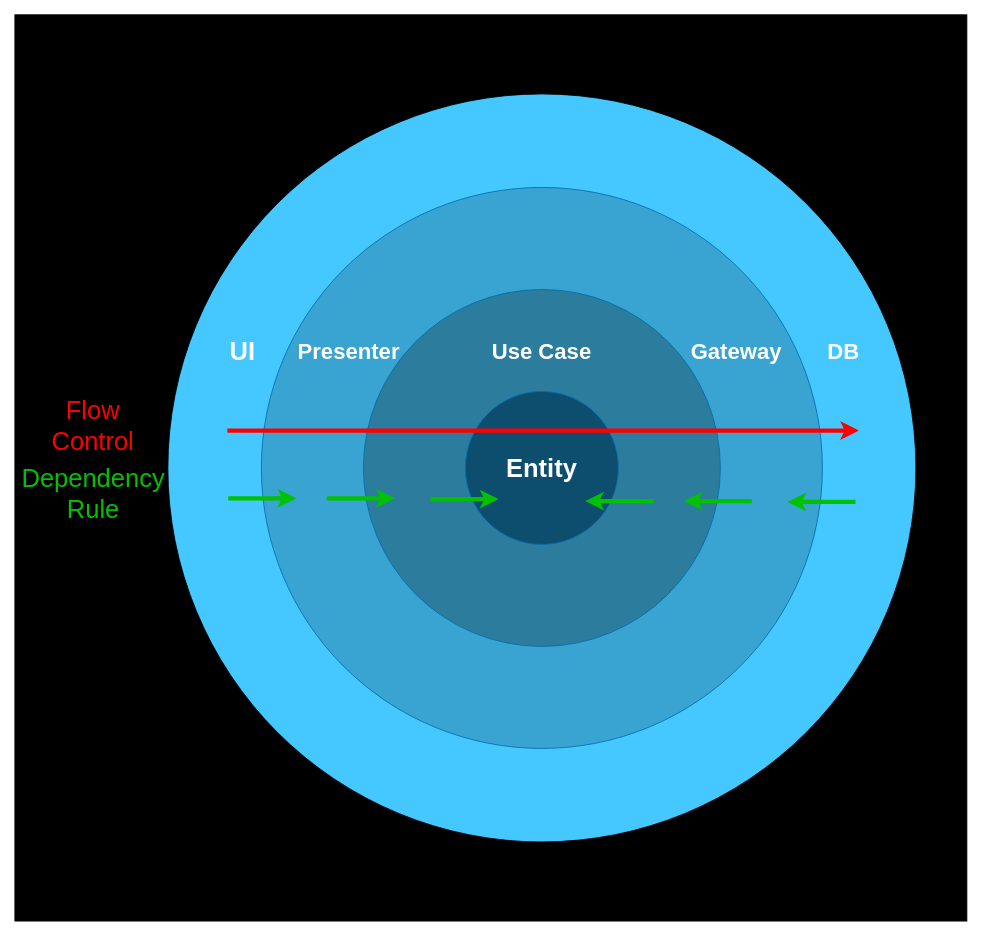
Before: diagrams/caFlowControlDependencyRule.drawio in AlexanderLapygin/dependency-inversion-slides, a draw.io diagram. Source tidied: cells renumbered, new cells numbered last; positions are measured from the earlier drawing's top-left corner, leaving out a move shared by most shapes. Both pictures are drawn from the tidied source at 85%, with x=0, y=0 at pixel (14, 14).
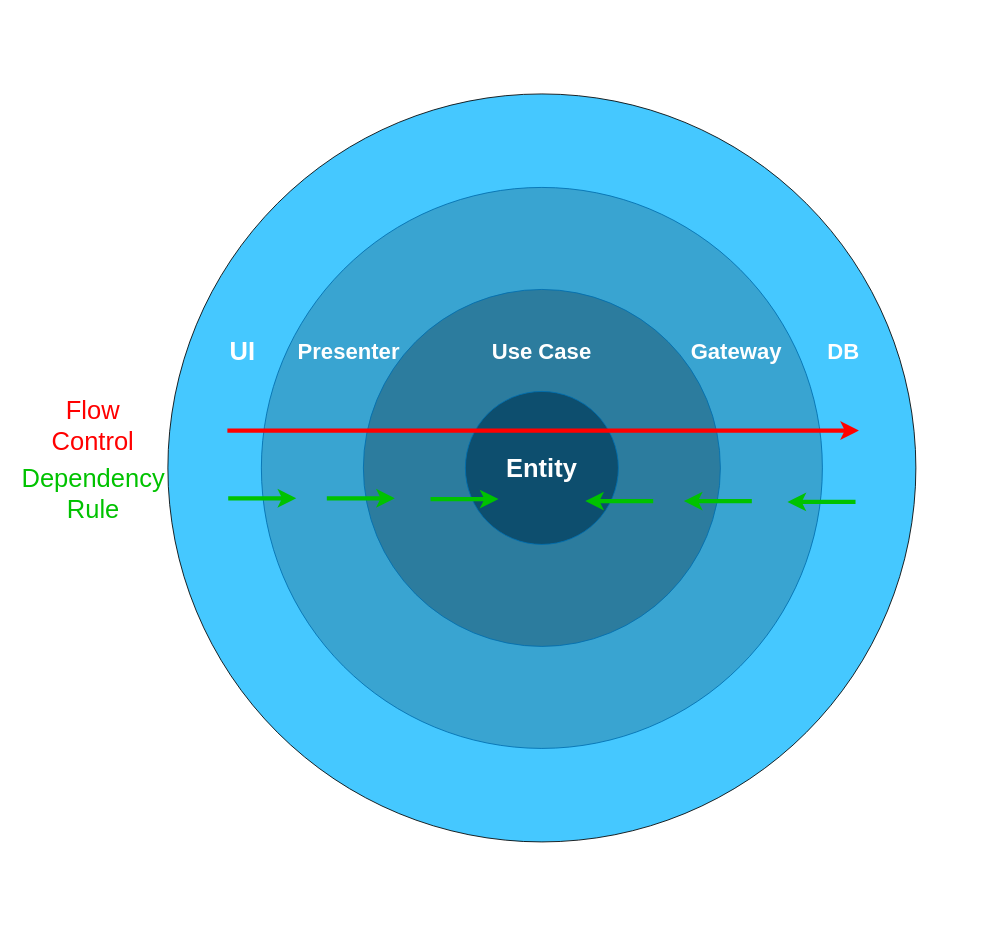
After the change.

The edit, as a diff of the source:
```diff
@@
-    <mxCell id="2" style="rounded=0;whiteSpace=wrap;html=1;fillColor=#000000;fontSize=30;fontColor=#FFFFFF;" parent="1" vertex="1">
+    <mxCell id="2" style="rounded=0;whiteSpace=wrap;html=1;fillColor=none;fontSize=30;fontColor=#FFFFFF;strokeColor=none;" parent="1" vertex="1">
       <mxGeometry y="-0.1" width="1120" height="1066.2" as="geometry" />
     </mxCell>
```
